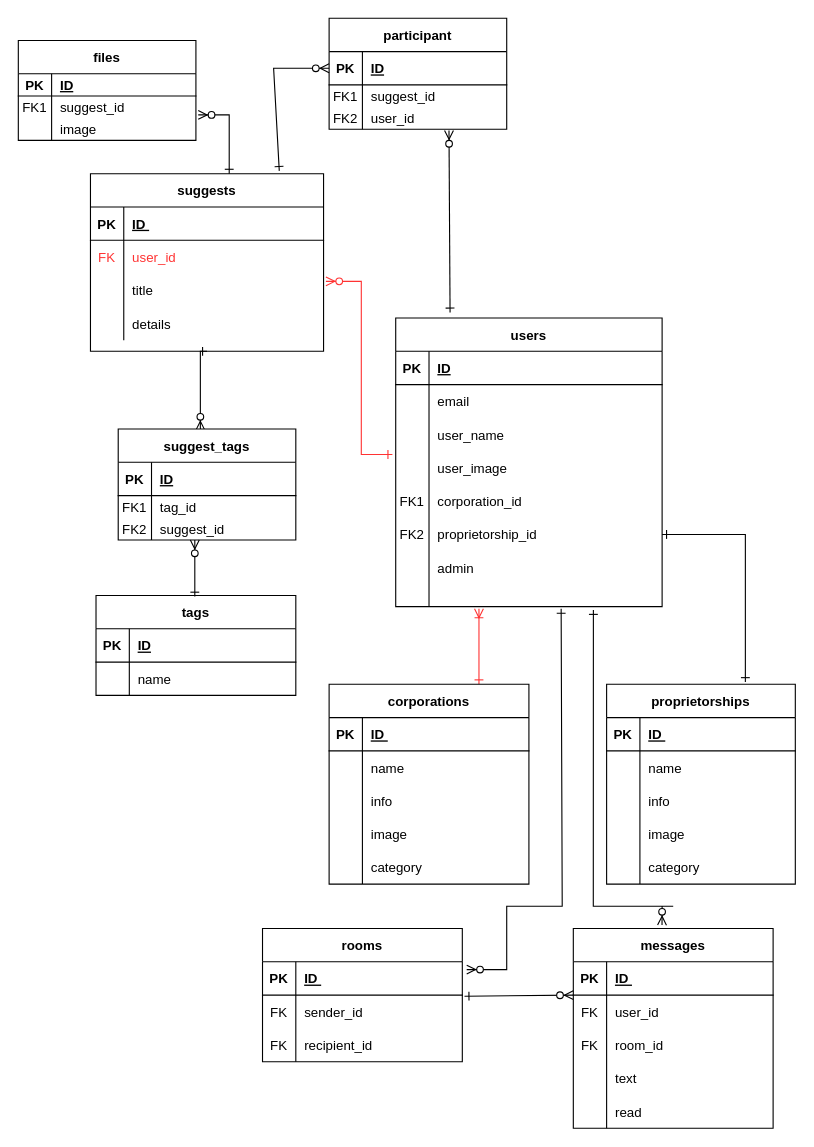
Above: Untitled Diagram.drawio in Sec-il-n/dic_guraduate_parts (draw.io), before the change. Source tidied: cells renumbered, new cells numbered last; positions are measured from the earlier drawing's top-left corner, leaving out a move shared by most shapes. Both pictures are drawn from the tidied source at 111%, with x=0, y=0 at pixel (18, 18).
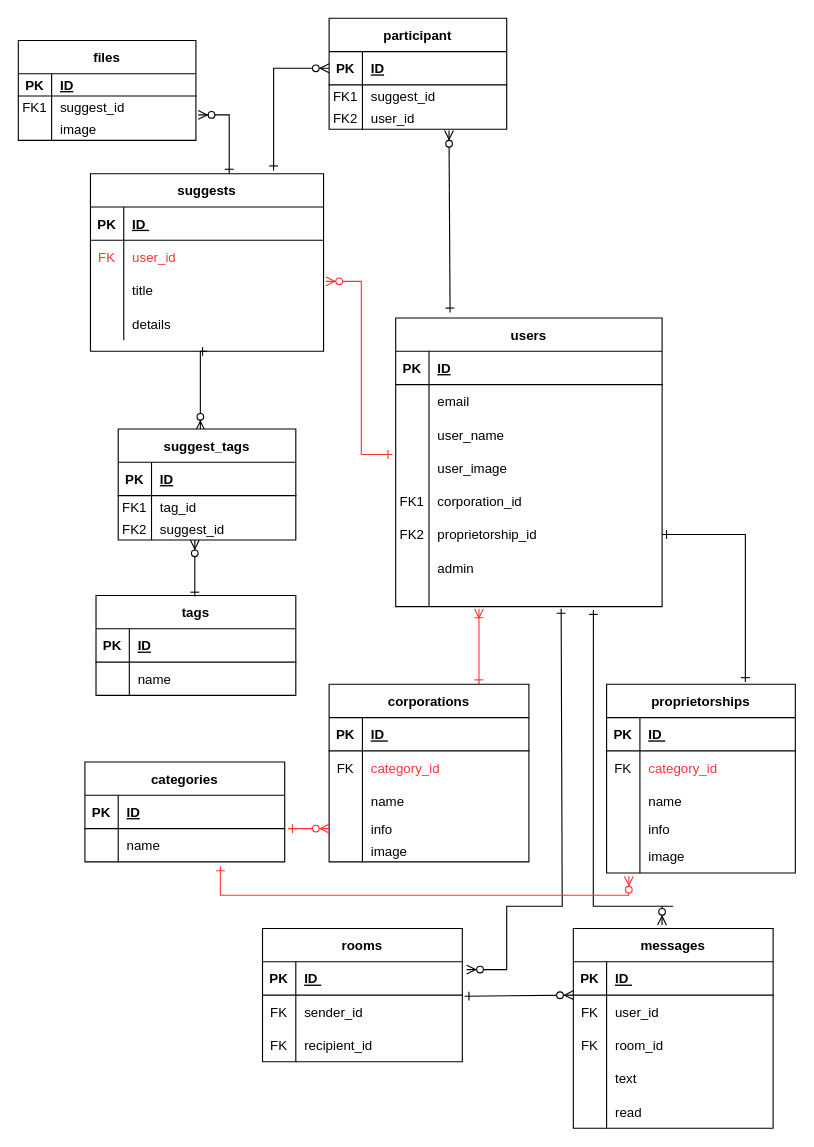
The same page after the edit.

Commit message:
Untitled Diagram.drawio を更新します

Unchanged cells that the change refers to:
```xml
<mxCell id="35" value="suggests" style="shape=table;startSize=30;childLayout=tableLayout;rowLines=0;fontStyle=1;align=center;" parent="1" vertex="1">
  <mxGeometry x="65" y="140" width="210" height="160" as="geometry" />
</mxCell>
<mxCell id="133" style="shape=partialRectangle;fillColor=none;points=[[0,0.5],[1,0.5]];portConstraint=eastwest;top=0;left=0;right=0;bottom=1;" parent="132" vertex="1">
  <mxGeometry y="30" width="160" height="30" as="geometry" />
</mxCell>
```

The edit, as a diff of the source:
```diff
@@
     <mxCell id="59" value="corporations" style="shape=table;startSize=30;childLayout=tableLayout;rowLines=0;fontStyle=1;align=center;" parent="1" vertex="1">
-      <mxGeometry x="280" y="600" width="180" height="180" as="geometry" />
+      <mxGeometry x="280" y="600" width="180" height="160" as="geometry" />
     </mxCell>
@@
+    <mxCell id="72" style="shape=partialRectangle;fillColor=none;top=0;left=0;right=0;bottom=0;" parent="59" vertex="1">
+      <mxGeometry y="60" width="180" height="30" as="geometry" />
+    </mxCell>
+    <mxCell id="73" value="FK" style="shape=partialRectangle;overflow=hidden;fillColor=none;top=0;left=0;bottom=0;right=0;strokeColor=#FF3333;" parent="72" vertex="1">
+      <mxGeometry width="30" height="30" as="geometry" />
+    </mxCell>
+    <mxCell id="74" value="category_id" style="shape=partialRectangle;overflow=hidden;fillColor=none;top=0;left=0;bottom=0;right=0;align=left;spacingLeft=6;fontColor=#FF3333;" parent="72" vertex="1">
+      <mxGeometry x="30" width="150" height="30" as="geometry" />
+    </mxCell>
     <mxCell id="63" style="shape=partialRectangle;fillColor=none;top=0;left=0;right=0;bottom=0;" parent="59" vertex="1">
-      <mxGeometry y="60" width="180" height="30" as="geometry" />
+      <mxGeometry y="90" width="180" height="30" as="geometry" />
     </mxCell>
@@
     <mxCell id="66" style="shape=partialRectangle;fillColor=none;points=[[0,0.5],[1,0.5]];portConstraint=eastwest;top=0;left=0;right=0;bottom=0;" parent="59" vertex="1">
-      <mxGeometry y="90" width="180" height="30" as="geometry" />
+      <mxGeometry y="120" width="180" height="20" as="geometry" />
     </mxCell>
     <mxCell id="67" style="shape=partialRectangle;overflow=hidden;fillColor=none;top=0;left=0;bottom=0;right=0;" parent="66" vertex="1">
-      <mxGeometry width="30" height="30" as="geometry" />
+      <mxGeometry width="30" height="20" as="geometry" />
     </mxCell>
     <mxCell id="68" value="info" style="shape=partialRectangle;overflow=hidden;fillColor=none;top=0;left=0;bottom=0;right=0;align=left;spacingLeft=6;" parent="66" vertex="1">
-      <mxGeometry x="30" width="150" height="30" as="geometry" />
+      <mxGeometry x="30" width="150" height="20" as="geometry" />
     </mxCell>
     <mxCell id="69" style="shape=partialRectangle;fillColor=none;top=0;left=0;right=0;bottom=0;" parent="59" vertex="1">
-      <mxGeometry y="120" width="180" height="30" as="geometry" />
+      <mxGeometry y="140" width="180" height="20" as="geometry" />
     </mxCell>
     <mxCell id="70" style="shape=partialRectangle;overflow=hidden;fillColor=none;top=0;left=0;bottom=0;right=0;" parent="69" vertex="1">
-      <mxGeometry width="30" height="30" as="geometry" />
+      <mxGeometry width="30" height="20" as="geometry" />
     </mxCell>
     <mxCell id="71" value="image" style="shape=partialRectangle;overflow=hidden;fillColor=none;top=0;left=0;bottom=0;right=0;align=left;spacingLeft=6;" parent="69" vertex="1">
-      <mxGeometry x="30" width="150" height="30" as="geometry" />
+      <mxGeometry x="30" width="150" height="20" as="geometry" />
     </mxCell>
-    <mxCell id="72" style="shape=partialRectangle;fillColor=none;top=0;left=0;right=0;bottom=0;" parent="59" vertex="1">
-      <mxGeometry y="150" width="180" height="30" as="geometry" />
-    </mxCell>
-    <mxCell id="73" style="shape=partialRectangle;overflow=hidden;fillColor=none;top=0;left=0;bottom=0;right=0;" parent="72" vertex="1">
-      <mxGeometry width="30" height="30" as="geometry" />
-    </mxCell>
-    <mxCell id="74" value="category" style="shape=partialRectangle;overflow=hidden;fillColor=none;top=0;left=0;bottom=0;right=0;align=left;spacingLeft=6;" parent="72" vertex="1">
-      <mxGeometry x="30" width="150" height="30" as="geometry" />
-    </mxCell>
@@
     <mxCell id="76" value="proprietorships" style="shape=table;startSize=30;childLayout=tableLayout;rowLines=0;fontStyle=1;align=center;" parent="1" vertex="1">
-      <mxGeometry x="530" y="600" width="170" height="180" as="geometry" />
+      <mxGeometry x="530" y="600" width="170" height="170" as="geometry" />
     </mxCell>
@@
+    <mxCell id="89" style="shape=partialRectangle;fillColor=none;top=0;left=0;right=0;bottom=0;" parent="76" vertex="1">
+      <mxGeometry y="60" width="170" height="30" as="geometry" />
+    </mxCell>
+    <mxCell id="90" value="FK" style="shape=partialRectangle;overflow=hidden;fillColor=none;top=0;left=0;bottom=0;right=0;strokeColor=#FF3333;" parent="89" vertex="1">
+      <mxGeometry width="30" height="30" as="geometry" />
+    </mxCell>
+    <mxCell id="91" value="category_id" style="shape=partialRectangle;overflow=hidden;fillColor=none;top=0;left=0;bottom=0;right=0;align=left;spacingLeft=6;strokeColor=#FF3333;fontColor=#FF3333;" parent="89" vertex="1">
+      <mxGeometry x="30" width="140" height="30" as="geometry" />
+    </mxCell>
     <mxCell id="80" style="shape=partialRectangle;fillColor=none;top=0;left=0;right=0;bottom=0;" parent="76" vertex="1">
-      <mxGeometry y="60" width="170" height="30" as="geometry" />
+      <mxGeometry y="90" width="170" height="30" as="geometry" />
     </mxCell>
@@
     <mxCell id="83" style="shape=partialRectangle;fillColor=none;top=0;left=0;right=0;bottom=0;" parent="76" vertex="1">
-      <mxGeometry y="90" width="170" height="30" as="geometry" />
+      <mxGeometry y="120" width="170" height="20" as="geometry" />
     </mxCell>
     <mxCell id="84" style="shape=partialRectangle;overflow=hidden;fillColor=none;top=0;left=0;bottom=0;right=0;" parent="83" vertex="1">
-      <mxGeometry width="30" height="30" as="geometry" />
+      <mxGeometry width="30" height="20" as="geometry" />
     </mxCell>
     <mxCell id="85" value="info" style="shape=partialRectangle;overflow=hidden;fillColor=none;top=0;left=0;bottom=0;right=0;align=left;spacingLeft=6;" parent="83" vertex="1">
-      <mxGeometry x="30" width="140" height="30" as="geometry" />
+      <mxGeometry x="30" width="140" height="20" as="geometry" />
     </mxCell>
     <mxCell id="86" style="shape=partialRectangle;fillColor=none;points=[[0,0.5],[1,0.5]];portConstraint=eastwest;top=0;left=0;right=0;bottom=0;" parent="76" vertex="1">
-      <mxGeometry y="120" width="170" height="30" as="geometry" />
+      <mxGeometry y="140" width="170" height="30" as="geometry" />
     </mxCell>
@@
-    <mxCell id="89" style="shape=partialRectangle;fillColor=none;top=0;left=0;right=0;bottom=0;" parent="76" vertex="1">
-      <mxGeometry y="150" width="170" height="30" as="geometry" />
-    </mxCell>
-    <mxCell id="90" style="shape=partialRectangle;overflow=hidden;fillColor=none;top=0;left=0;bottom=0;right=0;" parent="89" vertex="1">
-      <mxGeometry width="30" height="30" as="geometry" />
-    </mxCell>
-    <mxCell id="91" value="category" style="shape=partialRectangle;overflow=hidden;fillColor=none;top=0;left=0;bottom=0;right=0;align=left;spacingLeft=6;" parent="89" vertex="1">
-      <mxGeometry x="30" width="140" height="30" as="geometry" />
-    </mxCell>
@@
-    <mxCell id="142" style="edgeStyle=none;rounded=0;jettySize=auto;html=1;startArrow=ERone;startFill=0;endArrow=ERzeroToMany;endFill=1;exitX=0.81;exitY=-0.016;exitDx=0;exitDy=0;exitPerimeter=0;entryX=0;entryY=0.5;entryDx=0;entryDy=0;" parent="1" edge="1" source="35" target="133">
+    <mxCell id="142" style="edgeStyle=none;rounded=0;jettySize=auto;html=1;startArrow=ERone;startFill=0;endArrow=ERzeroToMany;endFill=1;entryX=0;entryY=0.5;entryDx=0;entryDy=0;" parent="1" edge="1" target="133">
       <mxGeometry relative="1" as="geometry">
+        <mxPoint x="230" y="137" as="sourcePoint" />
         <Array as="points">
           <mxPoint x="230" y="45" />
         </Array>
       </mxGeometry>
     </mxCell>
@@
+    <mxCell id="146" value="categories" style="shape=table;startSize=30;childLayout=tableLayout;rowLines=0;fontStyle=1;align=center;" parent="1" vertex="1">
+      <mxGeometry x="60" y="670" width="180" height="90" as="geometry" />
+    </mxCell>
+    <mxCell id="147" style="shape=partialRectangle;fillColor=none;top=0;left=0;right=0;bottom=1;" parent="146" vertex="1">
+      <mxGeometry y="30" width="180" height="30" as="geometry" />
+    </mxCell>
+    <mxCell id="148" value="PK" style="shape=partialRectangle;overflow=hidden;fillColor=none;top=0;left=0;bottom=0;right=0;fontStyle=1;" parent="147" vertex="1">
+      <mxGeometry width="30" height="30" as="geometry" />
+    </mxCell>
+    <mxCell id="149" value="ID" style="shape=partialRectangle;overflow=hidden;fillColor=none;top=0;left=0;bottom=0;right=0;align=left;spacingLeft=6;fontStyle=5;" parent="147" vertex="1">
+      <mxGeometry x="30" width="150" height="30" as="geometry" />
+    </mxCell>
+    <mxCell id="150" style="shape=partialRectangle;fillColor=none;points=[[0,0.5],[1,0.5]];portConstraint=eastwest;top=0;left=0;right=0;bottom=0;" parent="146" vertex="1">
+      <mxGeometry y="60" width="180" height="30" as="geometry" />
+    </mxCell>
+    <mxCell id="151" style="shape=partialRectangle;overflow=hidden;fillColor=none;top=0;left=0;bottom=0;right=0;" parent="150" vertex="1">
+      <mxGeometry width="30" height="30" as="geometry" />
+    </mxCell>
+    <mxCell id="152" value="name" style="shape=partialRectangle;overflow=hidden;fillColor=none;top=0;left=0;bottom=0;right=0;align=left;spacingLeft=6;" parent="150" vertex="1">
+      <mxGeometry x="30" width="150" height="30" as="geometry" />
+    </mxCell>
+    <mxCell id="153" style="edgeStyle=none;rounded=0;jettySize=auto;html=1;startArrow=ERone;startFill=0;endArrow=ERzeroToMany;endFill=1;strokeColor=#FF3333;entryX=0;entryY=0.5;entryDx=0;entryDy=0;" parent="1" edge="1" target="66">
+      <mxGeometry relative="1" as="geometry">
+        <mxPoint x="243" y="730" as="sourcePoint" />
+      </mxGeometry>
+    </mxCell>
+    <mxCell id="154" style="edgeStyle=none;rounded=0;jettySize=auto;html=1;startArrow=ERone;startFill=0;endArrow=ERzeroToMany;endFill=1;strokeColor=#FF3333;entryX=0.118;entryY=1.1;entryDx=0;entryDy=0;exitX=0.678;exitY=1.133;exitDx=0;exitDy=0;exitPerimeter=0;entryPerimeter=0;" parent="1" edge="1" source="150" target="86">
+      <mxGeometry relative="1" as="geometry">
+        <Array as="points">
+          <mxPoint x="182" y="790" />
+          <mxPoint x="550" y="790" />
+        </Array>
+      </mxGeometry>
+    </mxCell>
```
